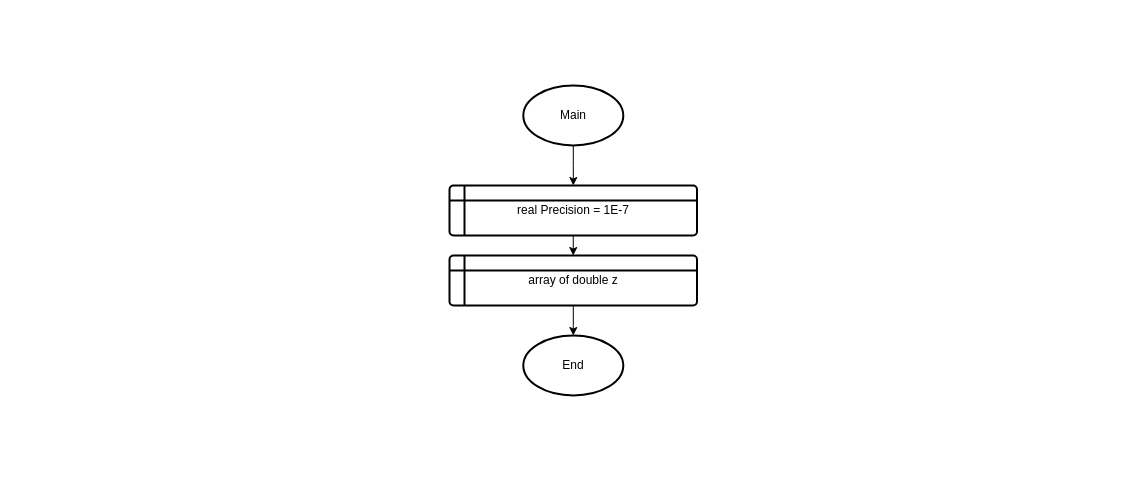
This is page "Main" (1 of 5) of flowchart.drawio from majacQ/CSharp---Exercise---Other---Laboratory-Work-4, a draw.io file, before an edit. Source tidied: cells renumbered, new cells numbered last; positions are measured from the earlier drawing's top-left corner, leaving out a move shared by most shapes. Both pictures are drawn from the tidied source at 100%, with x=0, y=0 at pixel (449, 85).
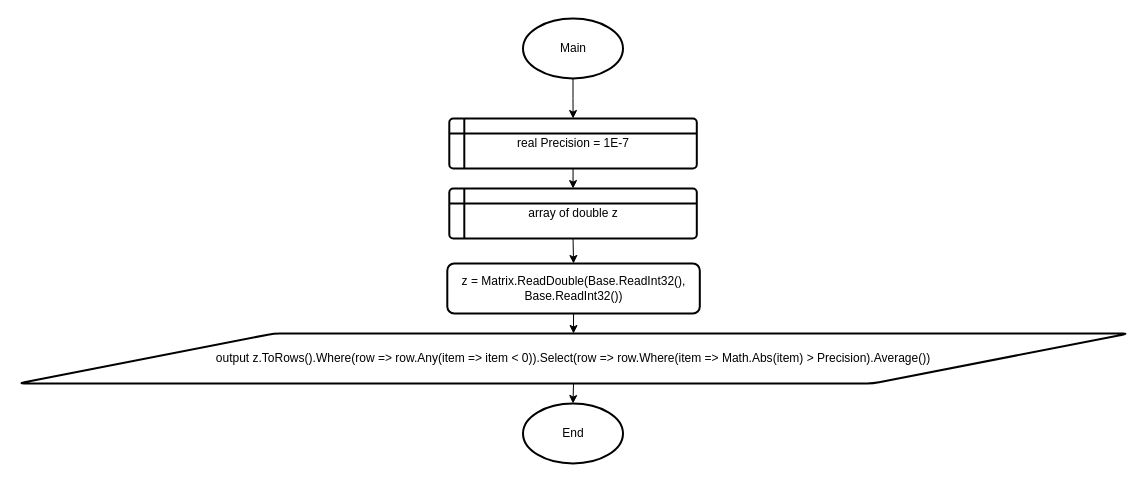
The same diagram, later.

Commit message:
main program chagned: - Linq transformation drawn

Change to the diagram source:
```diff
@@
 <mxGraphModel background="#ffffff">
   <root>
     <mxCell id="0" />
     <mxCell id="1" parent="0" />
     <mxCell id="2" value="Main" style="strokeWidth=2;html=1;shape=mxgraph.flowchart.start_1;whiteSpace=wrap;" parent="1" vertex="1">
-      <mxGeometry x="73.8" width="100" height="60" as="geometry" />
+      <mxGeometry x="73.5" y="-67" width="100" height="60" as="geometry" />
     </mxCell>
     <mxCell id="3" value="End" style="strokeWidth=2;html=1;shape=mxgraph.flowchart.start_1;whiteSpace=wrap;" parent="1" vertex="1">
-      <mxGeometry x="73.8" y="250" width="100" height="60" as="geometry" />
+      <mxGeometry x="73.5" y="318" width="100" height="60" as="geometry" />
     </mxCell>
     <mxCell id="4" style="edgeStyle=orthogonalEdgeStyle;rounded=0;jettySize=auto;html=1;exitX=0.5;exitY=1;exitDx=0;exitDy=0;entryX=0.5;entryY=0;entryDx=0;entryDy=0;" parent="1" edge="1" source="5" target="8">
       <mxGeometry relative="1" as="geometry" />
     </mxCell>
     <mxCell id="5" value="&lt;span class=&quot;pl-smi&quot;&gt;real Precision =&amp;nbsp;&lt;/span&gt;&lt;span class=&quot;pl-k&quot;&gt;&lt;/span&gt;1&lt;span class=&quot;pl-smi&quot;&gt;E&lt;/span&gt;&lt;span class=&quot;pl-k&quot;&gt;-&lt;/span&gt;&lt;span class=&quot;pl-c1&quot;&gt;7&lt;/span&gt;" style="shape=internalStorage;whiteSpace=wrap;html=1;dx=15;dy=15;rounded=1;arcSize=8;strokeWidth=2;" parent="1" vertex="1">
-      <mxGeometry y="100" width="247.5" height="50" as="geometry" />
+      <mxGeometry x="-0.2" y="33" width="247.5" height="50" as="geometry" />
     </mxCell>
     <mxCell id="6" style="edgeStyle=orthogonalEdgeStyle;rounded=0;jettySize=auto;html=1;exitX=0.5;exitY=1;exitDx=0;exitDy=0;exitPerimeter=0;" parent="1" edge="1" source="2" target="5">
       <mxGeometry relative="1" as="geometry" />
     </mxCell>
-    <mxCell id="7" style="edgeStyle=orthogonalEdgeStyle;rounded=0;jettySize=auto;html=1;entryX=0.5;entryY=0;entryDx=0;entryDy=0;entryPerimeter=0;" parent="1" edge="1" source="8" target="3">
-      <mxGeometry relative="1" as="geometry" />
-    </mxCell>
+    <mxCell id="9" style="edgeStyle=orthogonalEdgeStyle;rounded=0;jettySize=auto;html=1;exitX=0.5;exitY=1;exitDx=0;exitDy=0;entryX=0.5;entryY=0;entryDx=0;entryDy=0;" parent="1" edge="1" source="8" target="11">
+      <mxGeometry relative="1" as="geometry" />
+    </mxCell>
     <mxCell id="8" value="&lt;span class=&quot;pl-smi&quot;&gt;array of double z&lt;/span&gt;" style="shape=internalStorage;whiteSpace=wrap;html=1;dx=15;dy=15;rounded=1;arcSize=8;strokeWidth=2;" parent="1" vertex="1">
-      <mxGeometry y="170" width="247.5" height="50" as="geometry" />
+      <mxGeometry x="-0.2" y="103" width="247.5" height="50" as="geometry" />
     </mxCell>
+    <mxCell id="10" style="edgeStyle=orthogonalEdgeStyle;rounded=0;jettySize=auto;html=1;exitX=0.5;exitY=1;exitDx=0;exitDy=0;entryX=0.5;entryY=0;entryDx=0;entryDy=0;" parent="1" edge="1" source="11" target="13">
+      <mxGeometry relative="1" as="geometry" />
+    </mxCell>
+    <mxCell id="11" value="z = Matrix.ReadDouble(Base.ReadInt32(), Base.ReadInt32())" style="rounded=1;whiteSpace=wrap;html=1;absoluteArcSize=1;arcSize=14;strokeWidth=2;" parent="1" vertex="1">
+      <mxGeometry x="-2.2" y="178" width="252.5" height="50" as="geometry" />
+    </mxCell>
+    <mxCell id="12" style="edgeStyle=orthogonalEdgeStyle;rounded=0;jettySize=auto;html=1;exitX=0.5;exitY=1;exitDx=0;exitDy=0;entryX=0.5;entryY=0;entryDx=0;entryDy=0;entryPerimeter=0;" parent="1" edge="1" source="13" target="3">
+      <mxGeometry relative="1" as="geometry" />
+    </mxCell>
+    <mxCell id="13" value="output&amp;nbsp;&lt;span class=&quot;pl-smi&quot;&gt;z&lt;/span&gt;.&lt;span class=&quot;pl-en&quot;&gt;ToRows&lt;/span&gt;().&lt;span class=&quot;pl-en&quot;&gt;Where&lt;/span&gt;(&lt;span class=&quot;pl-en&quot;&gt;row&lt;/span&gt; &lt;span class=&quot;pl-k&quot;&gt;=&amp;gt;&lt;/span&gt; &lt;span class=&quot;pl-smi&quot;&gt;row&lt;/span&gt;.&lt;span class=&quot;pl-en&quot;&gt;Any&lt;/span&gt;(&lt;span class=&quot;pl-en&quot;&gt;item&lt;/span&gt; &lt;span class=&quot;pl-k&quot;&gt;=&amp;gt;&lt;/span&gt; &lt;span class=&quot;pl-smi&quot;&gt;item&lt;/span&gt; &lt;span class=&quot;pl-k&quot;&gt;&amp;lt;&lt;/span&gt; &lt;span class=&quot;pl-c1&quot;&gt;0&lt;/span&gt;)).&lt;span class=&quot;pl-en&quot;&gt;Select&lt;/span&gt;(&lt;span class=&quot;pl-en&quot;&gt;row&lt;/span&gt; &lt;span class=&quot;pl-k&quot;&gt;=&amp;gt;&lt;/span&gt; &lt;span class=&quot;pl-smi&quot;&gt;row&lt;/span&gt;.&lt;span class=&quot;pl-en&quot;&gt;Where&lt;/span&gt;(&lt;span class=&quot;pl-en&quot;&gt;item&lt;/span&gt; &lt;span class=&quot;pl-k&quot;&gt;=&amp;gt;&lt;/span&gt; &lt;span class=&quot;pl-smi&quot;&gt;Math&lt;/span&gt;.&lt;span class=&quot;pl-en&quot;&gt;Abs&lt;/span&gt;(&lt;span class=&quot;pl-smi&quot;&gt;item&lt;/span&gt;) &lt;span class=&quot;pl-k&quot;&gt;&amp;gt;&lt;/span&gt; &lt;span class=&quot;pl-smi&quot;&gt;Precision&lt;/span&gt;).&lt;span class=&quot;pl-en&quot;&gt;Average&lt;/span&gt;())" style="shape=parallelogram;html=1;strokeWidth=2;perimeter=parallelogramPerimeter;whiteSpace=wrap;rounded=1;arcSize=12;size=0.23;" parent="1" vertex="1">
+      <mxGeometry x="-431" y="248" width="1110" height="50" as="geometry" />
+    </mxCell>
   </root>
 </mxGraphModel>
```
